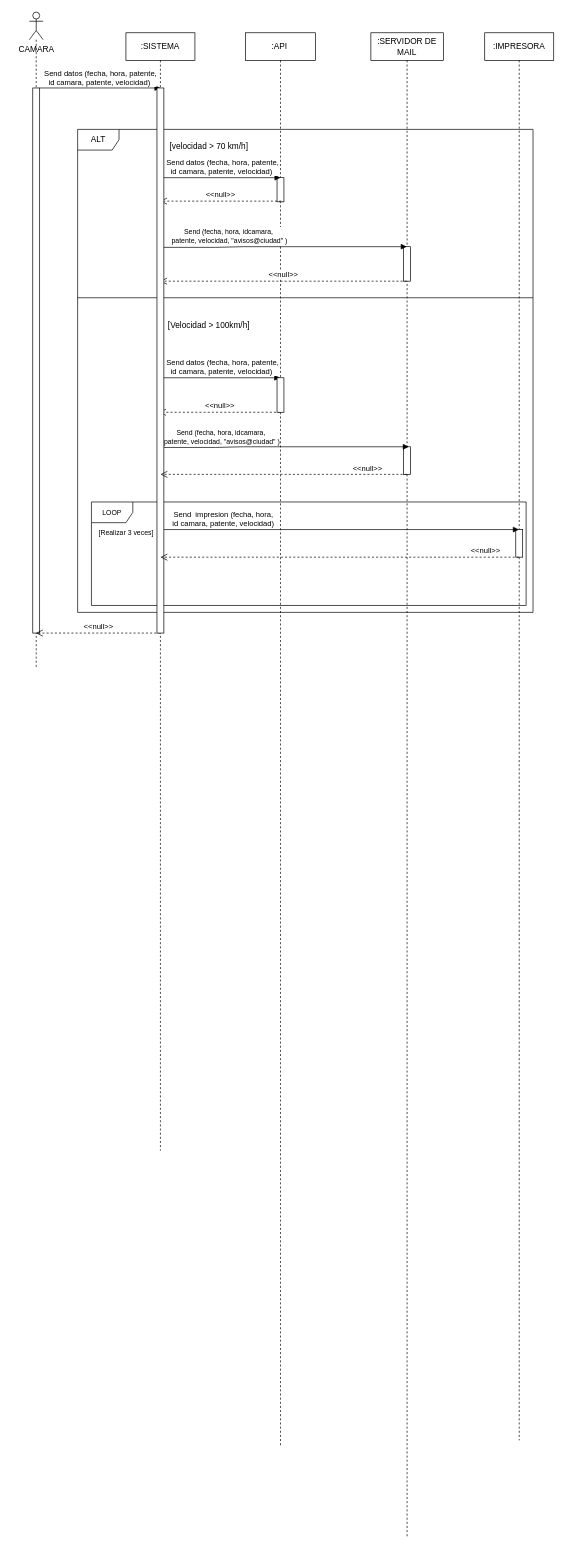
The draw.io diagram diagrama/D.S Trabajo Final ISW 1..drawio in MartinJerez02/izo-isw1-tpds, before the edit. Source tidied: cells renumbered, new cells numbered last; positions are measured from the earlier drawing's top-left corner, leaving out a move shared by most shapes. Both pictures are drawn from the tidied source at 69%, with x=0, y=0 at pixel (12, 12).
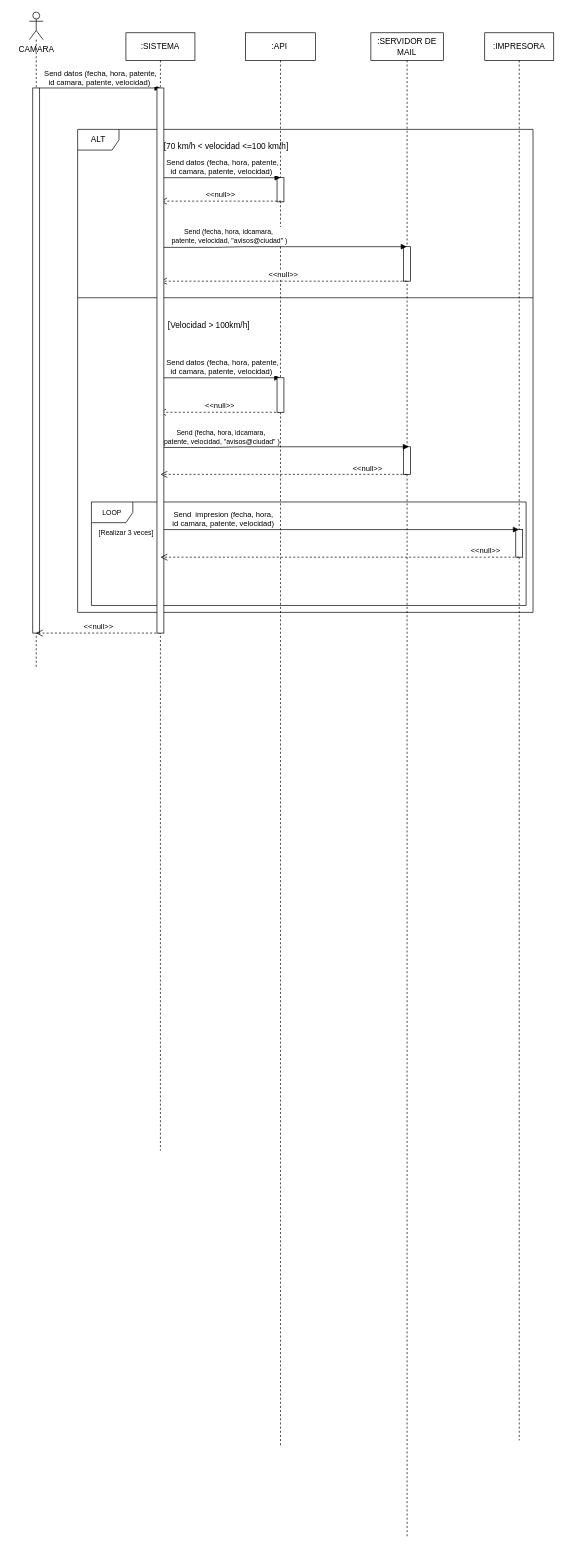
Above is the later version.

Diff of the diagram source:
```diff
@@
-    <mxCell id="23" value="[velocidad &amp;gt; 70 km/h]" style="text;html=1;align=center;verticalAlign=middle;strokeColor=none;fillColor=none;" parent="1" vertex="1">
-      <mxGeometry x="215" y="180" width="140" height="30" as="geometry" />
+    <mxCell id="23" value="[70 km/h &amp;lt; velocidad &amp;lt;=100 km/h]" style="text;html=1;align=center;verticalAlign=middle;strokeColor=none;fillColor=none;" parent="1" vertex="1">
+      <mxGeometry x="210" y="180" width="200" height="30" as="geometry" />
     </mxCell>
```
